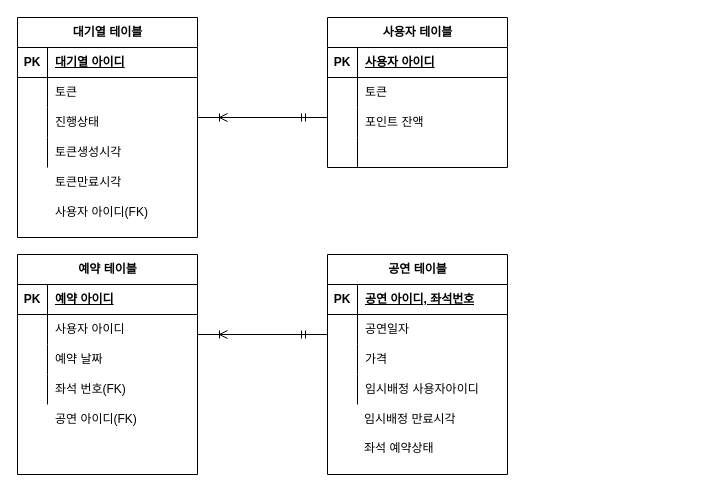
This is week3/콘서트예약 ERD.drawio from wwwkang8/hhplus, a draw.io file, before an edit. Source tidied: cells renumbered, new cells numbered last; positions are measured from the earlier drawing's top-left corner, leaving out a move shared by most shapes. Both pictures are drawn from the tidied source at 100%, with x=0, y=0 at pixel (17, 17).
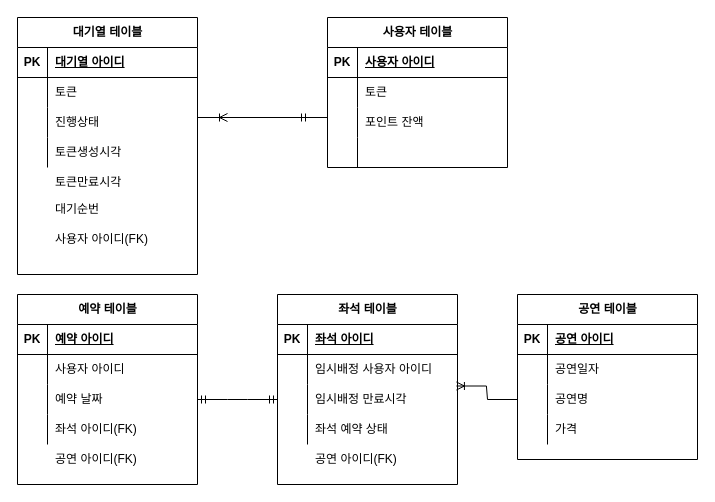
After the change.

Commit message:
콘서트예약 ERD.drawio 업데이트

Unchanged cells that the change refers to:
```xml
<mxCell id="53" style="shape=tableRow;horizontal=0;startSize=0;swimlaneHead=0;swimlaneBody=0;fillColor=none;points=[[0,0.5],[1,0.5]];portConstraint=eastwest;top=0;left=0;right=0;bottom=0;" parent="46" vertex="1">
  <mxGeometry y="90" width="180" height="30" as="geometry" />
</mxCell>
<mxCell id="56" style="shape=tableRow;horizontal=0;startSize=0;swimlaneHead=0;swimlaneBody=0;fillColor=none;top=0;left=0;right=0;bottom=0;" parent="46" vertex="1">
  <mxGeometry y="120" width="180" height="30" as="geometry" />
</mxCell>
```

Change to the diagram source:
```diff
@@
     <mxCell id="2" value="대기열 테이블" style="shape=table;startSize=30;childLayout=tableLayout;rowLines=0;fontStyle=1;align=center;html=1;" parent="1" vertex="1">
-      <mxGeometry width="180" height="220" as="geometry" />
+      <mxGeometry width="180" height="257" as="geometry" />
     </mxCell>
@@
     <mxCell id="32" value="사용자 아이디(FK)" style="shape=partialRectangle;fillColor=none;top=0;left=0;bottom=0;right=0;align=left;spacingLeft=6;overflow=hidden;whiteSpace=wrap;html=1;" parent="1" vertex="1">
-      <mxGeometry x="30" y="180" width="150" height="30" as="geometry" />
+      <mxGeometry x="30" y="207" width="150" height="30" as="geometry" />
     </mxCell>
-    <mxCell id="33" value="공연 테이블" style="shape=table;startSize=30;childLayout=tableLayout;rowLines=0;fontStyle=1;align=center;html=1;" parent="1" vertex="1">
-      <mxGeometry x="310" y="237" width="180" height="220" as="geometry" />
-    </mxCell>
-    <mxCell id="34" style="shape=tableRow;horizontal=0;startSize=0;swimlaneHead=0;swimlaneBody=0;fillColor=none;top=0;left=0;right=0;bottom=1;" parent="33" vertex="1">
-      <mxGeometry y="30" width="180" height="30" as="geometry" />
-    </mxCell>
-    <mxCell id="35" value="PK" style="shape=partialRectangle;fillColor=none;top=0;left=0;bottom=0;right=0;fontStyle=1;overflow=hidden;whiteSpace=wrap;html=1;" parent="34" vertex="1">
-      <mxGeometry width="30" height="30" as="geometry" />
-    </mxCell>
-    <mxCell id="36" value="공연 아이디, 좌석번호" style="shape=partialRectangle;fillColor=none;top=0;left=0;bottom=0;right=0;align=left;spacingLeft=6;fontStyle=5;overflow=hidden;whiteSpace=wrap;html=1;" parent="34" vertex="1">
-      <mxGeometry x="30" width="150" height="30" as="geometry" />
-    </mxCell>
-    <mxCell id="37" style="shape=tableRow;horizontal=0;startSize=0;swimlaneHead=0;swimlaneBody=0;fillColor=none;top=0;left=0;right=0;bottom=0;" parent="33" vertex="1">
-      <mxGeometry y="60" width="180" height="30" as="geometry" />
-    </mxCell>
-    <mxCell id="38" style="shape=partialRectangle;fillColor=none;top=0;left=0;bottom=0;right=0;overflow=hidden;whiteSpace=wrap;html=1;" parent="37" vertex="1">
-      <mxGeometry width="30" height="30" as="geometry" />
-    </mxCell>
-    <mxCell id="39" value="공연일자" style="shape=partialRectangle;fillColor=none;top=0;left=0;bottom=0;right=0;align=left;spacingLeft=6;overflow=hidden;whiteSpace=wrap;html=1;" parent="37" vertex="1">
-      <mxGeometry x="30" width="150" height="30" as="geometry" />
-    </mxCell>
-    <mxCell id="40" style="shape=tableRow;horizontal=0;startSize=0;swimlaneHead=0;swimlaneBody=0;fillColor=none;points=[[0,0.5],[1,0.5]];portConstraint=eastwest;top=0;left=0;right=0;bottom=0;" parent="33" vertex="1">
-      <mxGeometry y="90" width="180" height="30" as="geometry" />
-    </mxCell>
-    <mxCell id="41" style="shape=partialRectangle;fillColor=none;top=0;left=0;bottom=0;right=0;overflow=hidden;whiteSpace=wrap;html=1;" parent="40" vertex="1">
-      <mxGeometry width="30" height="30" as="geometry" />
-    </mxCell>
-    <mxCell id="42" value="가격" style="shape=partialRectangle;fillColor=none;top=0;left=0;bottom=0;right=0;align=left;spacingLeft=6;overflow=hidden;whiteSpace=wrap;html=1;" parent="40" vertex="1">
-      <mxGeometry x="30" width="150" height="30" as="geometry" />
-    </mxCell>
-    <mxCell id="43" style="shape=tableRow;horizontal=0;startSize=0;swimlaneHead=0;swimlaneBody=0;fillColor=none;top=0;left=0;right=0;bottom=0;" parent="33" vertex="1">
-      <mxGeometry y="120" width="180" height="30" as="geometry" />
-    </mxCell>
-    <mxCell id="44" style="shape=partialRectangle;fillColor=none;top=0;left=0;bottom=0;right=0;overflow=hidden;whiteSpace=wrap;html=1;" parent="43" vertex="1">
-      <mxGeometry width="30" height="30" as="geometry" />
-    </mxCell>
-    <mxCell id="45" value="임시배정 사용자아이디" style="shape=partialRectangle;fillColor=none;top=0;left=0;bottom=0;right=0;align=left;spacingLeft=6;overflow=hidden;whiteSpace=wrap;html=1;" parent="43" vertex="1">
-      <mxGeometry x="30" width="150" height="30" as="geometry" />
-    </mxCell>
     <mxCell id="46" value="예약 테이블" style="shape=table;startSize=30;childLayout=tableLayout;rowLines=0;fontStyle=1;align=center;html=1;" parent="1" vertex="1">
-      <mxGeometry y="237" width="180" height="220" as="geometry" />
+      <mxGeometry y="277" width="180" height="190" as="geometry" />
     </mxCell>
@@
-    <mxCell id="58" value="좌석 번호(FK)" style="shape=partialRectangle;fillColor=none;top=0;left=0;bottom=0;right=0;align=left;spacingLeft=6;overflow=hidden;whiteSpace=wrap;html=1;" parent="56" vertex="1">
+    <mxCell id="58" value="좌석 아이디(FK)" style="shape=partialRectangle;fillColor=none;top=0;left=0;bottom=0;right=0;align=left;spacingLeft=6;overflow=hidden;whiteSpace=wrap;html=1;" parent="56" vertex="1">
       <mxGeometry x="30" width="150" height="30" as="geometry" />
     </mxCell>
     <mxCell id="59" value="공연 아이디(FK)" style="shape=partialRectangle;fillColor=none;top=0;left=0;bottom=0;right=0;align=left;spacingLeft=6;overflow=hidden;whiteSpace=wrap;html=1;" parent="1" vertex="1">
-      <mxGeometry x="30" y="387" width="150" height="30" as="geometry" />
+      <mxGeometry x="30" y="427" width="150" height="30" as="geometry" />
     </mxCell>
-    <mxCell id="60" style="edgeStyle=entityRelationEdgeStyle;fontSize=12;html=1;endArrow=ERoneToMany;startArrow=ERmandOne;rounded=0;" parent="1" edge="1">
-      <mxGeometry relative="1" as="geometry">
-        <mxPoint x="280" y="317" as="sourcePoint" />
-        <mxPoint x="210" y="317" as="targetPoint" />
-        <Array as="points">
-          <mxPoint x="190" y="317" />
-        </Array>
-      </mxGeometry>
-    </mxCell>
     <mxCell id="61" style="shape=tableRow;horizontal=0;startSize=0;swimlaneHead=0;swimlaneBody=0;fillColor=none;top=0;left=0;right=0;bottom=0;" parent="1" vertex="1">
-      <mxGeometry x="309" y="387" width="180" height="30" as="geometry" />
+      <mxGeometry x="410" y="357" width="180" height="30" as="geometry" />
     </mxCell>
     <mxCell id="62" style="shape=partialRectangle;fillColor=none;top=0;left=0;bottom=0;right=0;overflow=hidden;whiteSpace=wrap;html=1;" parent="61" vertex="1">
-      <mxGeometry width="30" height="30" as="geometry" />
+      <mxGeometry x="180" y="50" width="30" height="30" as="geometry" />
     </mxCell>
+    <mxCell id="67" value="대기순번" style="shape=partialRectangle;fillColor=none;top=0;left=0;bottom=0;right=0;align=left;spacingLeft=6;overflow=hidden;whiteSpace=wrap;html=1;" parent="1" vertex="1">
+      <mxGeometry x="30" y="177" width="150" height="30" as="geometry" />
+    </mxCell>
+    <mxCell id="33" value="공연 테이블" style="shape=table;startSize=30;childLayout=tableLayout;rowLines=0;fontStyle=1;align=center;html=1;" parent="1" vertex="1">
+      <mxGeometry x="500" y="277" width="180" height="165" as="geometry" />
+    </mxCell>
+    <mxCell id="34" style="shape=tableRow;horizontal=0;startSize=0;swimlaneHead=0;swimlaneBody=0;fillColor=none;top=0;left=0;right=0;bottom=1;" parent="33" vertex="1">
+      <mxGeometry y="30" width="180" height="30" as="geometry" />
+    </mxCell>
+    <mxCell id="35" value="PK" style="shape=partialRectangle;fillColor=none;top=0;left=0;bottom=0;right=0;fontStyle=1;overflow=hidden;whiteSpace=wrap;html=1;" parent="34" vertex="1">
+      <mxGeometry width="30" height="30" as="geometry" />
+    </mxCell>
+    <mxCell id="36" value="공연 아이디" style="shape=partialRectangle;fillColor=none;top=0;left=0;bottom=0;right=0;align=left;spacingLeft=6;fontStyle=5;overflow=hidden;whiteSpace=wrap;html=1;" parent="34" vertex="1">
+      <mxGeometry x="30" width="150" height="30" as="geometry" />
+    </mxCell>
+    <mxCell id="37" style="shape=tableRow;horizontal=0;startSize=0;swimlaneHead=0;swimlaneBody=0;fillColor=none;top=0;left=0;right=0;bottom=0;" parent="33" vertex="1">
+      <mxGeometry y="60" width="180" height="30" as="geometry" />
+    </mxCell>
+    <mxCell id="38" style="shape=partialRectangle;fillColor=none;top=0;left=0;bottom=0;right=0;overflow=hidden;whiteSpace=wrap;html=1;" parent="37" vertex="1">
+      <mxGeometry width="30" height="30" as="geometry" />
+    </mxCell>
+    <mxCell id="39" value="공연일자" style="shape=partialRectangle;fillColor=none;top=0;left=0;bottom=0;right=0;align=left;spacingLeft=6;overflow=hidden;whiteSpace=wrap;html=1;" parent="37" vertex="1">
+      <mxGeometry x="30" width="150" height="30" as="geometry" />
+    </mxCell>
+    <mxCell id="40" style="shape=tableRow;horizontal=0;startSize=0;swimlaneHead=0;swimlaneBody=0;fillColor=none;points=[[0,0.5],[1,0.5]];portConstraint=eastwest;top=0;left=0;right=0;bottom=0;" parent="33" vertex="1">
+      <mxGeometry y="90" width="180" height="30" as="geometry" />
+    </mxCell>
+    <mxCell id="41" style="shape=partialRectangle;fillColor=none;top=0;left=0;bottom=0;right=0;overflow=hidden;whiteSpace=wrap;html=1;" parent="40" vertex="1">
+      <mxGeometry width="30" height="30" as="geometry" />
+    </mxCell>
+    <mxCell id="42" value="공연명" style="shape=partialRectangle;fillColor=none;top=0;left=0;bottom=0;right=0;align=left;spacingLeft=6;overflow=hidden;whiteSpace=wrap;html=1;" parent="40" vertex="1">
+      <mxGeometry x="30" width="150" height="30" as="geometry" />
+    </mxCell>
+    <mxCell id="43" style="shape=tableRow;horizontal=0;startSize=0;swimlaneHead=0;swimlaneBody=0;fillColor=none;top=0;left=0;right=0;bottom=0;" parent="33" vertex="1">
+      <mxGeometry y="120" width="180" height="30" as="geometry" />
+    </mxCell>
+    <mxCell id="44" style="shape=partialRectangle;fillColor=none;top=0;left=0;bottom=0;right=0;overflow=hidden;whiteSpace=wrap;html=1;" parent="43" vertex="1">
+      <mxGeometry width="30" height="30" as="geometry" />
+    </mxCell>
+    <mxCell id="45" style="shape=partialRectangle;fillColor=none;top=0;left=0;bottom=0;right=0;align=left;spacingLeft=6;overflow=hidden;whiteSpace=wrap;html=1;" parent="43" vertex="1">
+      <mxGeometry x="30" width="150" height="30" as="geometry" />
+    </mxCell>
+    <mxCell id="68" value="좌석 테이블" style="shape=table;startSize=30;childLayout=tableLayout;rowLines=0;fontStyle=1;align=center;html=1;" parent="1" vertex="1">
+      <mxGeometry x="260" y="277" width="180" height="190" as="geometry" />
+    </mxCell>
+    <mxCell id="69" style="shape=tableRow;horizontal=0;startSize=0;swimlaneHead=0;swimlaneBody=0;fillColor=none;top=0;left=0;right=0;bottom=1;" parent="68" vertex="1">
+      <mxGeometry y="30" width="180" height="30" as="geometry" />
+    </mxCell>
+    <mxCell id="70" value="PK" style="shape=partialRectangle;fillColor=none;top=0;left=0;bottom=0;right=0;fontStyle=1;overflow=hidden;whiteSpace=wrap;html=1;" parent="69" vertex="1">
+      <mxGeometry width="30" height="30" as="geometry" />
+    </mxCell>
+    <mxCell id="71" value="좌석 아이디" style="shape=partialRectangle;fillColor=none;top=0;left=0;bottom=0;right=0;align=left;spacingLeft=6;fontStyle=5;overflow=hidden;whiteSpace=wrap;html=1;" parent="69" vertex="1">
+      <mxGeometry x="30" width="150" height="30" as="geometry" />
+    </mxCell>
+    <mxCell id="72" style="shape=tableRow;horizontal=0;startSize=0;swimlaneHead=0;swimlaneBody=0;fillColor=none;top=0;left=0;right=0;bottom=0;" parent="68" vertex="1">
+      <mxGeometry y="60" width="180" height="30" as="geometry" />
+    </mxCell>
+    <mxCell id="73" style="shape=partialRectangle;fillColor=none;top=0;left=0;bottom=0;right=0;overflow=hidden;whiteSpace=wrap;html=1;" parent="72" vertex="1">
+      <mxGeometry width="30" height="30" as="geometry" />
+    </mxCell>
+    <mxCell id="74" value="임시배정 사용자 아이디" style="shape=partialRectangle;fillColor=none;top=0;left=0;bottom=0;right=0;align=left;spacingLeft=6;overflow=hidden;whiteSpace=wrap;html=1;" parent="72" vertex="1">
+      <mxGeometry x="30" width="150" height="30" as="geometry" />
+    </mxCell>
+    <mxCell id="75" style="shape=tableRow;horizontal=0;startSize=0;swimlaneHead=0;swimlaneBody=0;fillColor=none;points=[[0,0.5],[1,0.5]];portConstraint=eastwest;top=0;left=0;right=0;bottom=0;" parent="68" vertex="1">
+      <mxGeometry y="90" width="180" height="30" as="geometry" />
+    </mxCell>
+    <mxCell id="76" style="shape=partialRectangle;fillColor=none;top=0;left=0;bottom=0;right=0;overflow=hidden;whiteSpace=wrap;html=1;" parent="75" vertex="1">
+      <mxGeometry width="30" height="30" as="geometry" />
+    </mxCell>
-    <mxCell id="63" value="임시배정 만료시각" style="shape=partialRectangle;fillColor=none;top=0;left=0;bottom=0;right=0;align=left;spacingLeft=6;overflow=hidden;whiteSpace=wrap;html=1;" parent="61" vertex="1">
+    <mxCell id="63" value="임시배정 만료시각" style="shape=partialRectangle;fillColor=none;top=0;left=0;bottom=0;right=0;align=left;spacingLeft=6;overflow=hidden;whiteSpace=wrap;html=1;" parent="75" vertex="1">
       <mxGeometry x="30" width="150" height="30" as="geometry" />
     </mxCell>
-    <mxCell id="64" style="shape=tableRow;horizontal=0;startSize=0;swimlaneHead=0;swimlaneBody=0;fillColor=none;top=0;left=0;right=0;bottom=0;" parent="1" vertex="1">
-      <mxGeometry x="310" y="427" width="180" height="30" as="geometry" />
-    </mxCell>
-    <mxCell id="65" style="shape=partialRectangle;fillColor=none;top=0;left=0;bottom=0;right=0;overflow=hidden;whiteSpace=wrap;html=1;" parent="64" vertex="1">
-      <mxGeometry width="30" height="30" as="geometry" />
-    </mxCell>
+    <mxCell id="77" style="shape=tableRow;horizontal=0;startSize=0;swimlaneHead=0;swimlaneBody=0;fillColor=none;top=0;left=0;right=0;bottom=0;" parent="68" vertex="1">
+      <mxGeometry y="120" width="180" height="30" as="geometry" />
+    </mxCell>
+    <mxCell id="78" style="shape=partialRectangle;fillColor=none;top=0;left=0;bottom=0;right=0;overflow=hidden;whiteSpace=wrap;html=1;" parent="77" vertex="1">
+      <mxGeometry width="30" height="30" as="geometry" />
+    </mxCell>
+    <mxCell id="79" value="좌석 예약 상태" style="shape=partialRectangle;fillColor=none;top=0;left=0;bottom=0;right=0;align=left;spacingLeft=6;overflow=hidden;whiteSpace=wrap;html=1;" parent="77" vertex="1">
+      <mxGeometry x="30" width="150" height="30" as="geometry" />
+    </mxCell>
+    <mxCell id="80" style="shape=tableRow;horizontal=0;startSize=0;swimlaneHead=0;swimlaneBody=0;fillColor=none;top=0;left=0;right=0;bottom=0;" parent="1" vertex="1">
+      <mxGeometry x="260" y="427" width="180" height="30" as="geometry" />
+    </mxCell>
+    <mxCell id="81" style="shape=partialRectangle;fillColor=none;top=0;left=0;bottom=0;right=0;overflow=hidden;whiteSpace=wrap;html=1;" parent="80" vertex="1">
+      <mxGeometry width="30" height="30" as="geometry" />
+    </mxCell>
+    <mxCell id="82" value="공연 아이디(FK)" style="shape=partialRectangle;fillColor=none;top=0;left=0;bottom=0;right=0;align=left;spacingLeft=6;overflow=hidden;whiteSpace=wrap;html=1;" parent="80" vertex="1">
+      <mxGeometry x="30" width="150" height="30" as="geometry" />
+    </mxCell>
-    <mxCell id="66" value="좌석 예약상태" style="shape=partialRectangle;fillColor=none;top=0;left=0;bottom=0;right=0;align=left;spacingLeft=6;overflow=hidden;whiteSpace=wrap;html=1;" parent="64" vertex="1">
-      <mxGeometry x="29" y="-11" width="150" height="30" as="geometry" />
+    <mxCell id="66" value="가격" style="shape=partialRectangle;fillColor=none;top=0;left=0;bottom=0;right=0;align=left;spacingLeft=6;overflow=hidden;whiteSpace=wrap;html=1;" parent="1" vertex="1">
+      <mxGeometry x="530" y="397" width="150" height="30" as="geometry" />
     </mxCell>
+    <mxCell id="83" style="edgeStyle=entityRelationEdgeStyle;fontSize=12;html=1;endArrow=ERmandOne;startArrow=ERmandOne;rounded=0;" parent="1" edge="1" source="53" target="75">
+      <mxGeometry relative="1" as="geometry" />
+    </mxCell>
+    <mxCell id="84" style="edgeStyle=entityRelationEdgeStyle;fontSize=12;html=1;endArrow=ERoneToMany;rounded=0;entryX=0.994;entryY=0.05;entryDx=0;entryDy=0;entryPerimeter=0;" parent="1" edge="1" source="40" target="75">
+      <mxGeometry relative="1" as="geometry">
+        <Array as="points">
+          <mxPoint x="460" y="407" />
+        </Array>
+      </mxGeometry>
+    </mxCell>
```
